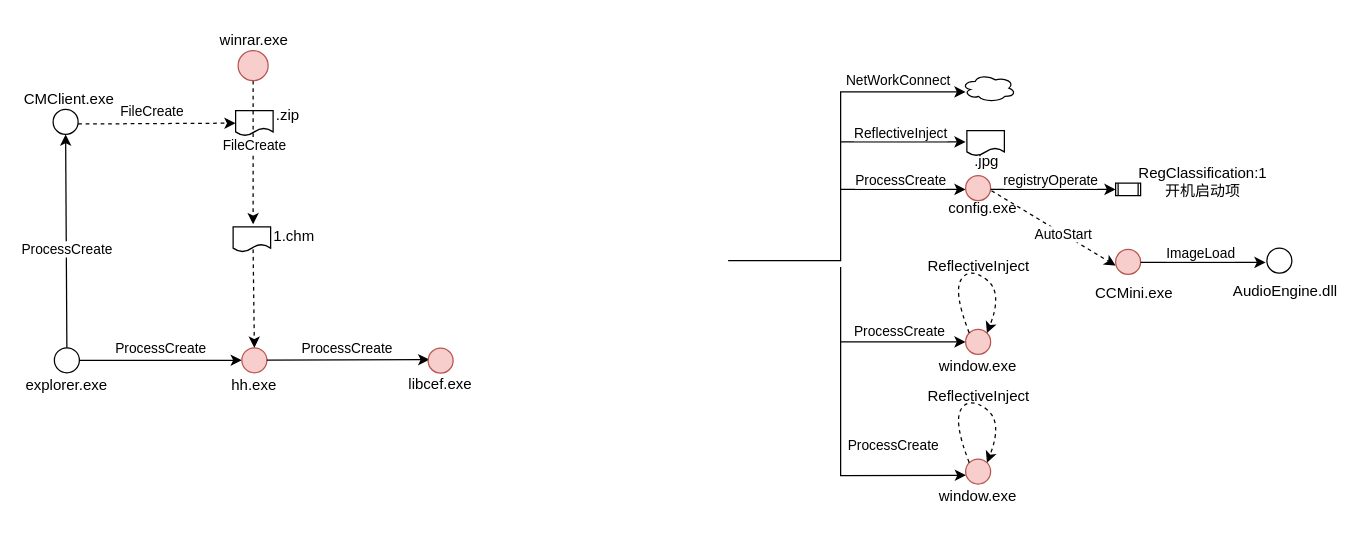
Above: 银狐3.drawio in ernongxizhu/picture (draw.io), before the change. Source tidied: cells renumbered, new cells numbered last; positions are measured from the earlier drawing's top-left corner, leaving out a move shared by most shapes. Both pictures are drawn from the tidied source at 125%, with x=0, y=0 at pixel (29, 21).
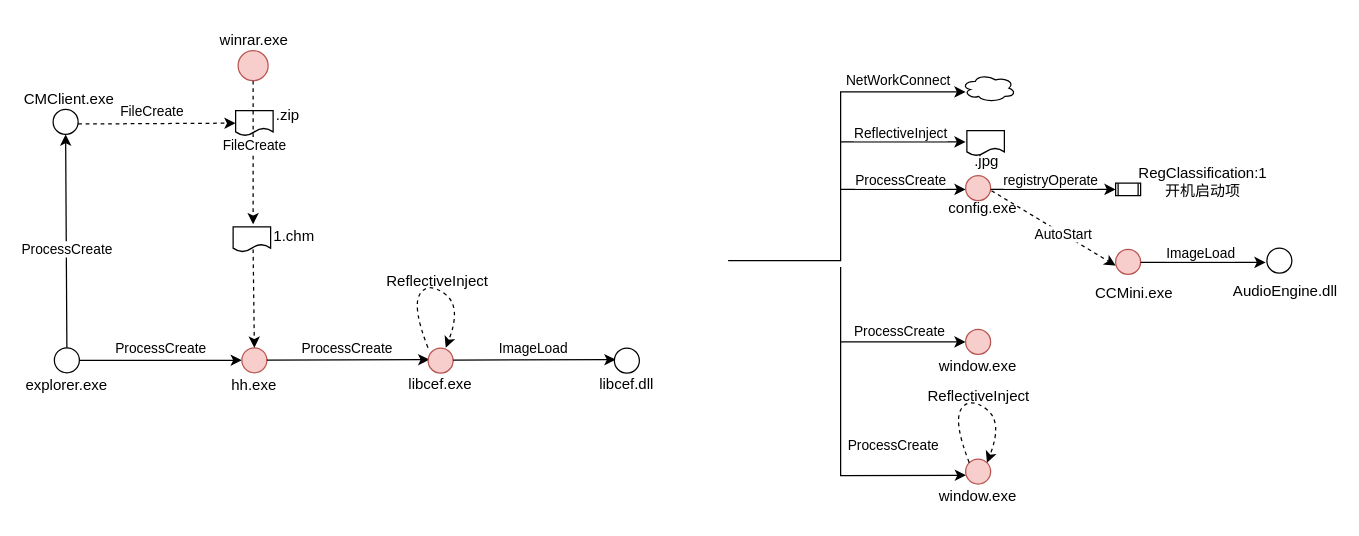
Above is the later version.

Unchanged cells that the change refers to:
```xml
<mxCell id="10" style="ellipse;whiteSpace=wrap;html=1;fillColor=#f8cecc;strokeColor=#b85450;" parent="1" vertex="1">
  <mxGeometry x="749" y="246" width="20" height="20" as="geometry" />
</mxCell>
```

What changed in the source:
```diff
@@
-    <mxCell id="49" style="curved=1;endArrow=classic;html=1;rounded=0;exitX=0;exitY=0;exitDx=0;exitDy=0;entryX=1;entryY=0;entryDx=0;entryDy=0;dashed=1;" parent="1" edge="1" source="10" target="10">
+    <mxCell id="49" style="curved=1;endArrow=classic;html=1;rounded=0;exitX=0;exitY=0;exitDx=0;exitDy=0;entryX=1;entryY=0;entryDx=0;entryDy=0;dashed=1;" parent="1" edge="1">
       <mxGeometry relative="1" as="geometry">
+        <mxPoint x="318.9" y="260.7" as="sourcePoint" />
+        <mxPoint x="333.1" y="260.7" as="targetPoint" />
         <Array as="points">
-          <mxPoint x="739" y="216" />
-          <mxPoint x="752" y="196" />
-          <mxPoint x="779" y="216" />
+          <mxPoint x="306" y="227.7" />
+          <mxPoint x="319" y="207.7" />
+          <mxPoint x="346" y="227.7" />
         </Array>
       </mxGeometry>
     </mxCell>
     <mxCell id="50" value="ReflectiveInject" style="text;whiteSpace=wrap;" parent="1" vertex="1">
-      <mxGeometry x="717" y="182" width="90" height="20" as="geometry" />
+      <mxGeometry x="284" y="193.7" width="90" height="20" as="geometry" />
     </mxCell>
@@
+    <mxCell id="62" style="endArrow=classic;html=1;rounded=0;exitX=1;exitY=0.5;exitDx=0;exitDy=0;" parent="1" edge="1">
+      <mxGeometry relative="1" as="geometry">
+        <mxPoint x="339" y="270.5" as="sourcePoint" />
+        <mxPoint x="469" y="270.2" as="targetPoint" />
+      </mxGeometry>
+    </mxCell>
+    <mxCell id="63" value="ImageLoad" style="edgeLabel;html=1;align=center;verticalAlign=middle;" parent="62" vertex="1">
+      <mxGeometry x="-0.16" y="3" relative="1" as="geometry">
+        <mxPoint x="9" y="-7" as="offset" />
+      </mxGeometry>
+    </mxCell>
+    <mxCell id="64" style="ellipse;whiteSpace=wrap;html=1;" parent="1" vertex="1">
+      <mxGeometry x="468" y="261" width="20" height="20" as="geometry" />
+    </mxCell>
+    <mxCell id="65" value="libcef.dll" style="text;strokeColor=none;align=center;fillColor=none;html=1;verticalAlign=middle;whiteSpace=wrap;rounded=0;" parent="1" vertex="1">
+      <mxGeometry x="448" y="274.7" width="60" height="30" as="geometry" />
+    </mxCell>
```
